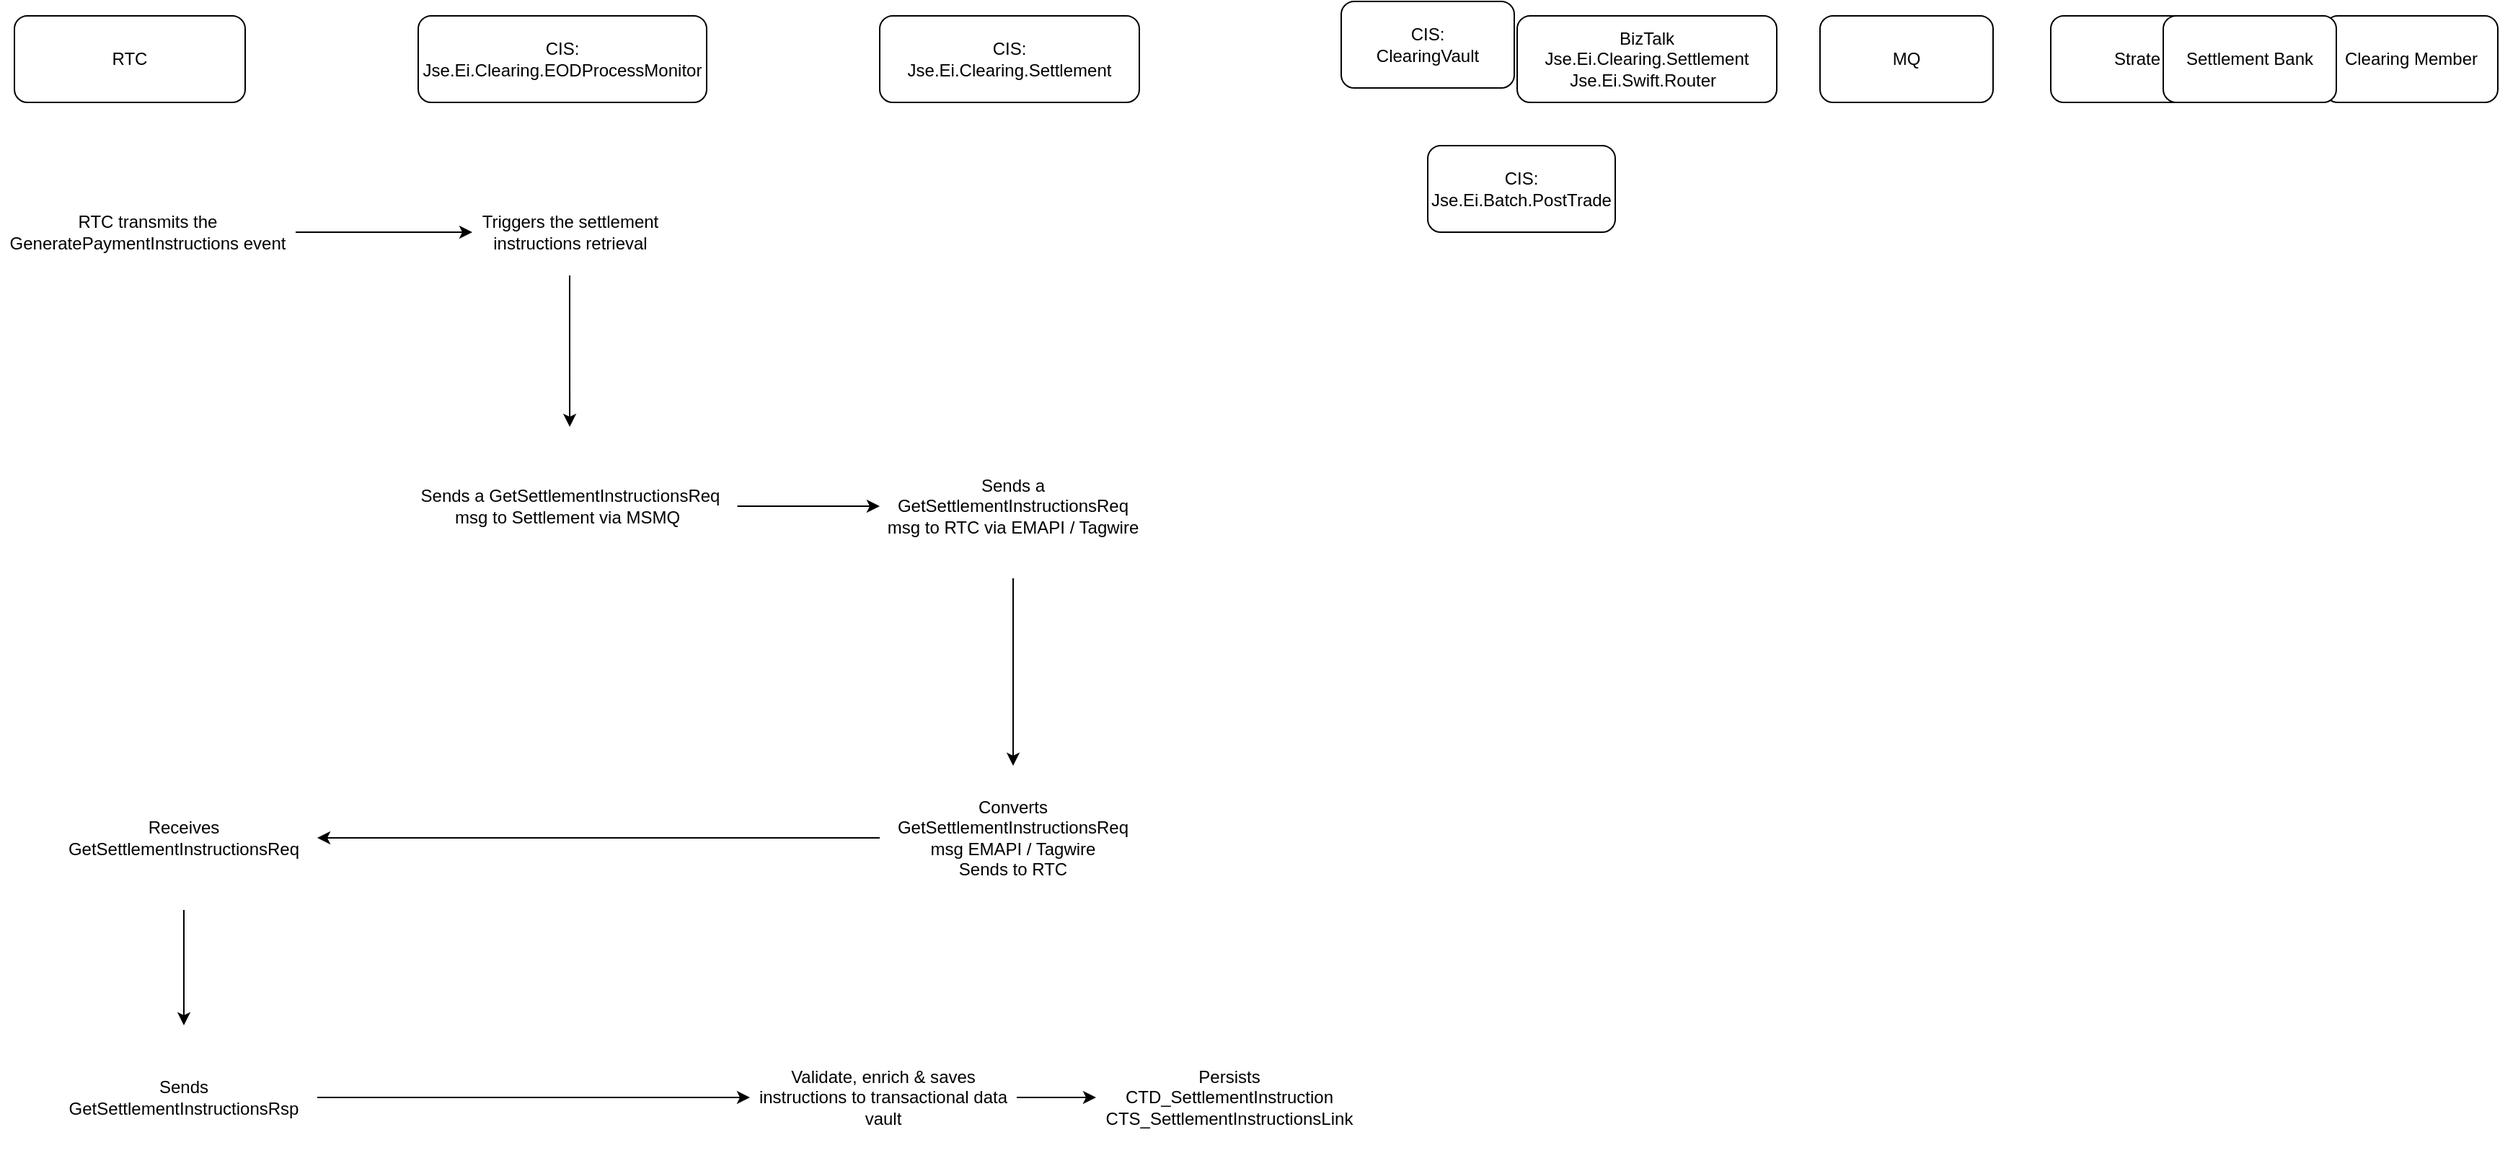
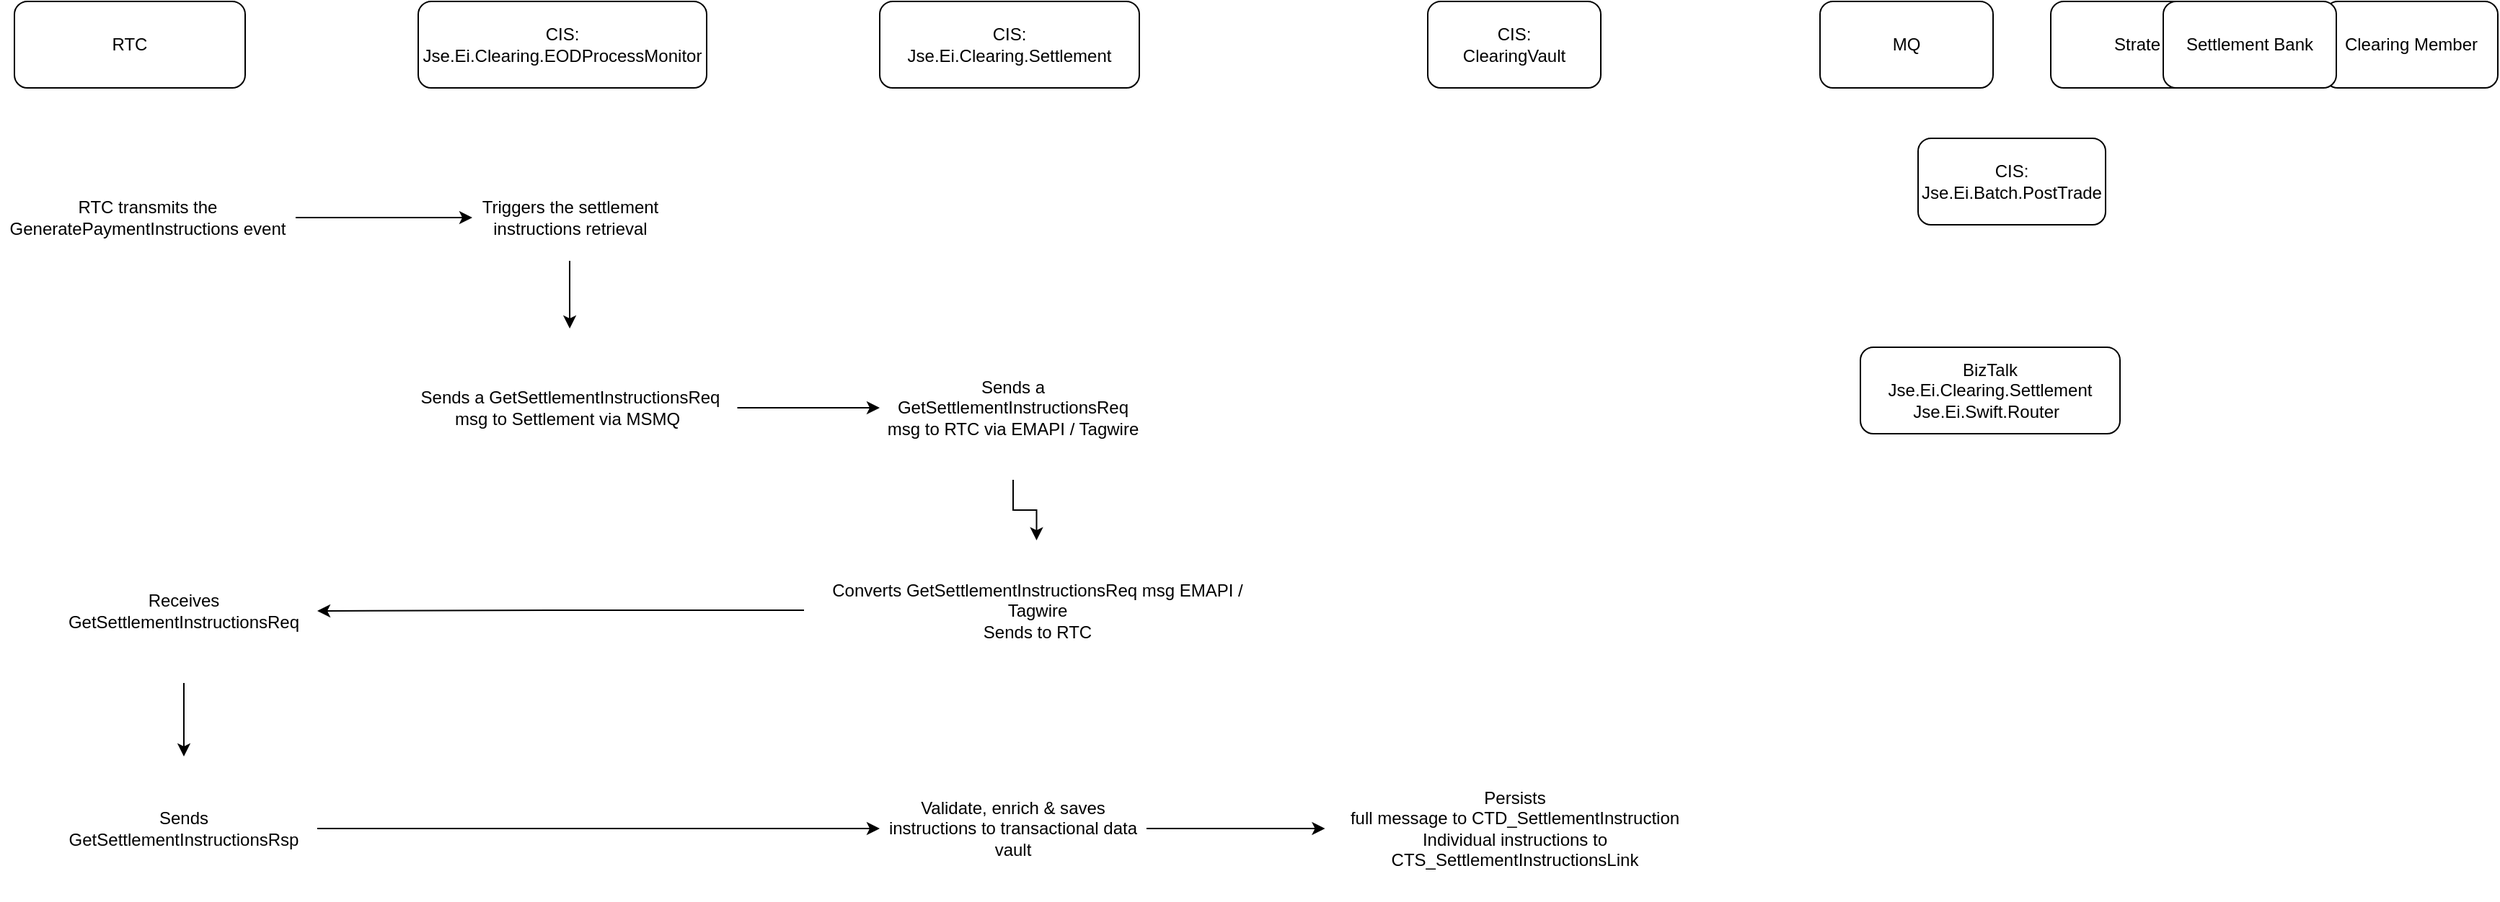
<mxfile host="app.diagrams.net">
  <diagram name="GetSettementInstructions" id="vidGpl-5MFJZR5KmYKjs">
    <mxGraphModel dx="2256" dy="746" grid="1" gridSize="10" guides="1" tooltips="1" connect="1" arrows="1" fold="1" page="1" pageScale="1" pageWidth="850" pageHeight="1100" math="0" shadow="0">
      <root>
        <mxCell id="0" />
        <mxCell id="1" parent="0" />
        <mxCell id="Y7hr2lu_-T20AjTg2ncd-1" parent="1" style="rounded=1;whiteSpace=wrap;html=1;" value="RTC" vertex="1">
          <mxGeometry height="60" width="160" y="80" as="geometry" />
        </mxCell>
        <mxCell id="Y7hr2lu_-T20AjTg2ncd-2" parent="1" style="rounded=1;whiteSpace=wrap;html=1;" value="CIS:&lt;div&gt;Jse.Ei.Clearing.Settlement&lt;/div&gt;" vertex="1">
          <mxGeometry height="60" width="180" x="600" y="80" as="geometry" />
        </mxCell>
        <mxCell id="Y7hr2lu_-T20AjTg2ncd-3" parent="1" style="rounded=1;whiteSpace=wrap;html=1;" value="CIS:&lt;div&gt;Jse.Ei.Clearing.EODProcessMonitor&lt;/div&gt;" vertex="1">
          <mxGeometry height="60" width="200" x="280" y="80" as="geometry" />
        </mxCell>
        <mxCell id="Y7hr2lu_-T20AjTg2ncd-4" parent="1" style="rounded=1;whiteSpace=wrap;html=1;" value="BizTalk&lt;div&gt;Jse.Ei.Clearing.Settlement&lt;/div&gt;&lt;div&gt;Jse.Ei.Swift.Router&lt;span style=&quot;white-space: pre;&quot;&gt;&#x9;&lt;/span&gt;&lt;/div&gt;" vertex="1">
-           <mxGeometry height="60" width="180" x="1042" y="80" as="geometry" />
+           <mxGeometry height="60" width="180" x="1280" y="320" as="geometry" />
        </mxCell>
        <mxCell id="t7a2u7lnhrg4pLDZo-nx-1" parent="1" style="rounded=1;whiteSpace=wrap;html=1;" value="MQ" vertex="1">
          <mxGeometry height="60" width="120" x="1252" y="80" as="geometry" />
        </mxCell>
        <mxCell id="t7a2u7lnhrg4pLDZo-nx-2" parent="1" style="rounded=1;whiteSpace=wrap;html=1;" value="Strate" vertex="1">
          <mxGeometry height="60" width="120" x="1412" y="80" as="geometry" />
        </mxCell>
        <mxCell id="t7a2u7lnhrg4pLDZo-nx-3" parent="1" style="rounded=1;whiteSpace=wrap;html=1;" value="Clearing Member" vertex="1">
          <mxGeometry height="60" width="120" x="1602" y="80" as="geometry" />
        </mxCell>
        <mxCell id="t7a2u7lnhrg4pLDZo-nx-4" parent="1" style="rounded=1;whiteSpace=wrap;html=1;" value="Settlement Bank" vertex="1">
          <mxGeometry height="60" width="120" x="1490" y="80" as="geometry" />
        </mxCell>
        <mxCell id="t7a2u7lnhrg4pLDZo-nx-16" edge="1" parent="1" source="t7a2u7lnhrg4pLDZo-nx-14" style="edgeStyle=orthogonalEdgeStyle;rounded=0;orthogonalLoop=1;jettySize=auto;html=1;" target="t7a2u7lnhrg4pLDZo-nx-15" value="">
          <mxGeometry relative="1" as="geometry" />
        </mxCell>
        <mxCell id="t7a2u7lnhrg4pLDZo-nx-14" parent="1" style="text;html=1;whiteSpace=wrap;strokeColor=none;fillColor=none;align=center;verticalAlign=middle;rounded=0;" value="RTC transmits the GeneratePaymentInstructions event" vertex="1">
          <mxGeometry height="110" width="205" x="-10" y="175" as="geometry" />
        </mxCell>
        <mxCell id="t7a2u7lnhrg4pLDZo-nx-18" edge="1" parent="1" source="t7a2u7lnhrg4pLDZo-nx-15" style="edgeStyle=orthogonalEdgeStyle;rounded=0;orthogonalLoop=1;jettySize=auto;html=1;" target="t7a2u7lnhrg4pLDZo-nx-17" value="">
          <mxGeometry relative="1" as="geometry" />
        </mxCell>
        <mxCell id="t7a2u7lnhrg4pLDZo-nx-15" parent="1" style="text;html=1;whiteSpace=wrap;strokeColor=none;fillColor=none;align=center;verticalAlign=middle;rounded=0;" value="Triggers the settlement instructions retrieval" vertex="1">
          <mxGeometry height="60" width="135" x="317.5" y="200" as="geometry" />
        </mxCell>
        <mxCell id="t7a2u7lnhrg4pLDZo-nx-20" edge="1" parent="1" source="t7a2u7lnhrg4pLDZo-nx-17" style="edgeStyle=orthogonalEdgeStyle;rounded=0;orthogonalLoop=1;jettySize=auto;html=1;" target="t7a2u7lnhrg4pLDZo-nx-19" value="">
          <mxGeometry relative="1" as="geometry" />
        </mxCell>
        <mxCell id="t7a2u7lnhrg4pLDZo-nx-17" parent="1" style="text;html=1;whiteSpace=wrap;strokeColor=none;fillColor=none;align=center;verticalAlign=middle;rounded=0;labelBackgroundColor=light-dark(default, #1c1c1c);" value="Sends a GetSettlementInstructionsReq msg to Settlement via MSMQ&lt;span style=&quot;white-space: pre;&quot;&gt;&#x9;&lt;/span&gt;" vertex="1">
-           <mxGeometry height="110" width="232.5" x="268.75" y="365" as="geometry" />
+           <mxGeometry height="110" width="232.5" x="268.75" y="307" as="geometry" />
        </mxCell>
        <mxCell id="t7a2u7lnhrg4pLDZo-nx-23" edge="1" parent="1" source="t7a2u7lnhrg4pLDZo-nx-19" style="edgeStyle=orthogonalEdgeStyle;rounded=0;orthogonalLoop=1;jettySize=auto;html=1;" target="t7a2u7lnhrg4pLDZo-nx-22" value="">
          <mxGeometry relative="1" as="geometry" />
        </mxCell>
        <mxCell id="t7a2u7lnhrg4pLDZo-nx-19" parent="1" style="text;html=1;whiteSpace=wrap;strokeColor=none;fillColor=none;align=center;verticalAlign=middle;rounded=0;labelBackgroundColor=light-dark(default, #1c1c1c);" value="Sends a GetSettlementInstructionsReq msg to RTC via EMAPI / Tagwire" vertex="1">
-           <mxGeometry height="100" width="185" x="600" y="370" as="geometry" />
+           <mxGeometry height="100" width="185" x="600" y="312" as="geometry" />
        </mxCell>
        <mxCell id="t7a2u7lnhrg4pLDZo-nx-21" parent="1" style="rounded=1;whiteSpace=wrap;html=1;" value="CIS:&lt;div&gt;ClearingVault&lt;/div&gt;" vertex="1">
-           <mxGeometry height="60" width="120" x="920" y="70" as="geometry" />
+           <mxGeometry height="60" width="120" x="980" y="80" as="geometry" />
        </mxCell>
        <mxCell id="t7a2u7lnhrg4pLDZo-nx-26" edge="1" parent="1" source="t7a2u7lnhrg4pLDZo-nx-22" style="edgeStyle=orthogonalEdgeStyle;rounded=0;orthogonalLoop=1;jettySize=auto;html=1;" target="t7a2u7lnhrg4pLDZo-nx-25" value="">
          <mxGeometry relative="1" as="geometry" />
        </mxCell>
        <mxCell id="t7a2u7lnhrg4pLDZo-nx-22" parent="1" style="text;html=1;whiteSpace=wrap;strokeColor=none;fillColor=none;align=center;verticalAlign=middle;rounded=0;labelBackgroundColor=light-dark(default, #1c1c1c);" value="Converts GetSettlementInstructionsReq msg EMAPI / Tagwire&lt;div&gt;Sends to RTC&lt;/div&gt;" vertex="1">
-           <mxGeometry height="100" width="185" x="600" y="600" as="geometry" />
+           <mxGeometry height="97" width="322.5" x="547.5" y="454" as="geometry" />
        </mxCell>
        <mxCell id="t7a2u7lnhrg4pLDZo-nx-24" parent="1" style="rounded=1;whiteSpace=wrap;html=1;" value="CIS:&lt;div&gt;Jse.Ei.Batch.PostTrade&lt;/div&gt;" vertex="1">
-           <mxGeometry height="60" width="130" x="980" y="170" as="geometry" />
+           <mxGeometry height="60" width="130" x="1320" y="175" as="geometry" />
        </mxCell>
        <mxCell id="t7a2u7lnhrg4pLDZo-nx-28" edge="1" parent="1" source="t7a2u7lnhrg4pLDZo-nx-25" style="edgeStyle=orthogonalEdgeStyle;rounded=0;orthogonalLoop=1;jettySize=auto;html=1;" target="t7a2u7lnhrg4pLDZo-nx-27" value="">
          <mxGeometry relative="1" as="geometry" />
        </mxCell>
        <mxCell id="t7a2u7lnhrg4pLDZo-nx-25" parent="1" style="text;html=1;whiteSpace=wrap;strokeColor=none;fillColor=none;align=center;verticalAlign=middle;rounded=0;labelBackgroundColor=light-dark(default, #1c1c1c);" value="Receives GetSettlementInstructionsReq" vertex="1">
-           <mxGeometry height="100" width="185" x="25" y="600" as="geometry" />
+           <mxGeometry height="100" width="185" x="25" y="453" as="geometry" />
        </mxCell>
        <mxCell id="t7a2u7lnhrg4pLDZo-nx-30" edge="1" parent="1" source="t7a2u7lnhrg4pLDZo-nx-27" style="edgeStyle=orthogonalEdgeStyle;rounded=0;orthogonalLoop=1;jettySize=auto;html=1;" target="t7a2u7lnhrg4pLDZo-nx-29" value="">
          <mxGeometry relative="1" as="geometry" />
        </mxCell>
        <mxCell id="t7a2u7lnhrg4pLDZo-nx-27" parent="1" style="text;html=1;whiteSpace=wrap;strokeColor=none;fillColor=none;align=center;verticalAlign=middle;rounded=0;labelBackgroundColor=light-dark(default, #1c1c1c);" value="Sends GetSettlementInstructionsRsp" vertex="1">
-           <mxGeometry height="100" width="185" x="25" y="780" as="geometry" />
+           <mxGeometry height="100" width="185" x="25" y="604" as="geometry" />
        </mxCell>
        <mxCell id="t7a2u7lnhrg4pLDZo-nx-32" edge="1" parent="1" source="t7a2u7lnhrg4pLDZo-nx-29" style="edgeStyle=orthogonalEdgeStyle;rounded=0;orthogonalLoop=1;jettySize=auto;html=1;" target="t7a2u7lnhrg4pLDZo-nx-31" value="">
          <mxGeometry relative="1" as="geometry" />
        </mxCell>
        <mxCell id="t7a2u7lnhrg4pLDZo-nx-29" parent="1" style="text;html=1;whiteSpace=wrap;strokeColor=none;fillColor=none;align=center;verticalAlign=middle;rounded=0;labelBackgroundColor=light-dark(default, #1c1c1c);" value="&lt;div&gt;Validate, enrich &amp;amp; s&lt;span style=&quot;background-color: initial; color: light-dark(rgb(0, 0, 0), rgb(255, 255, 255));&quot;&gt;aves instructions to transactional data vault&lt;/span&gt;&lt;/div&gt;" vertex="1">
-           <mxGeometry height="100" width="185" x="510" y="780" as="geometry" />
+           <mxGeometry height="100" width="185" x="600" y="604" as="geometry" />
        </mxCell>
-         <mxCell id="t7a2u7lnhrg4pLDZo-nx-31" parent="1" style="text;html=1;whiteSpace=wrap;strokeColor=none;fillColor=none;align=center;verticalAlign=middle;rounded=0;labelBackgroundColor=light-dark(default, #1c1c1c);" value="Persists&lt;div&gt;CTD_SettlementInstruction&lt;/div&gt;&lt;div&gt;CTS_SettlementInstructionsLink&lt;/div&gt;" vertex="1">
-           <mxGeometry height="100" width="185" x="750" y="780" as="geometry" />
+         <mxCell id="t7a2u7lnhrg4pLDZo-nx-31" parent="1" style="text;html=1;whiteSpace=wrap;strokeColor=none;fillColor=none;align=center;verticalAlign=middle;rounded=0;labelBackgroundColor=light-dark(default, #1c1c1c);" value="Persists&lt;div&gt;full message to CTD_SettlementInstruction&lt;/div&gt;&lt;div&gt;Individual instructions to CTS_SettlementInstructionsLink&lt;/div&gt;" vertex="1">
+           <mxGeometry height="96" width="262.5" x="908.75" y="606" as="geometry" />
        </mxCell>
      </root>
    </mxGraphModel>
  </diagram>
</mxfile>
